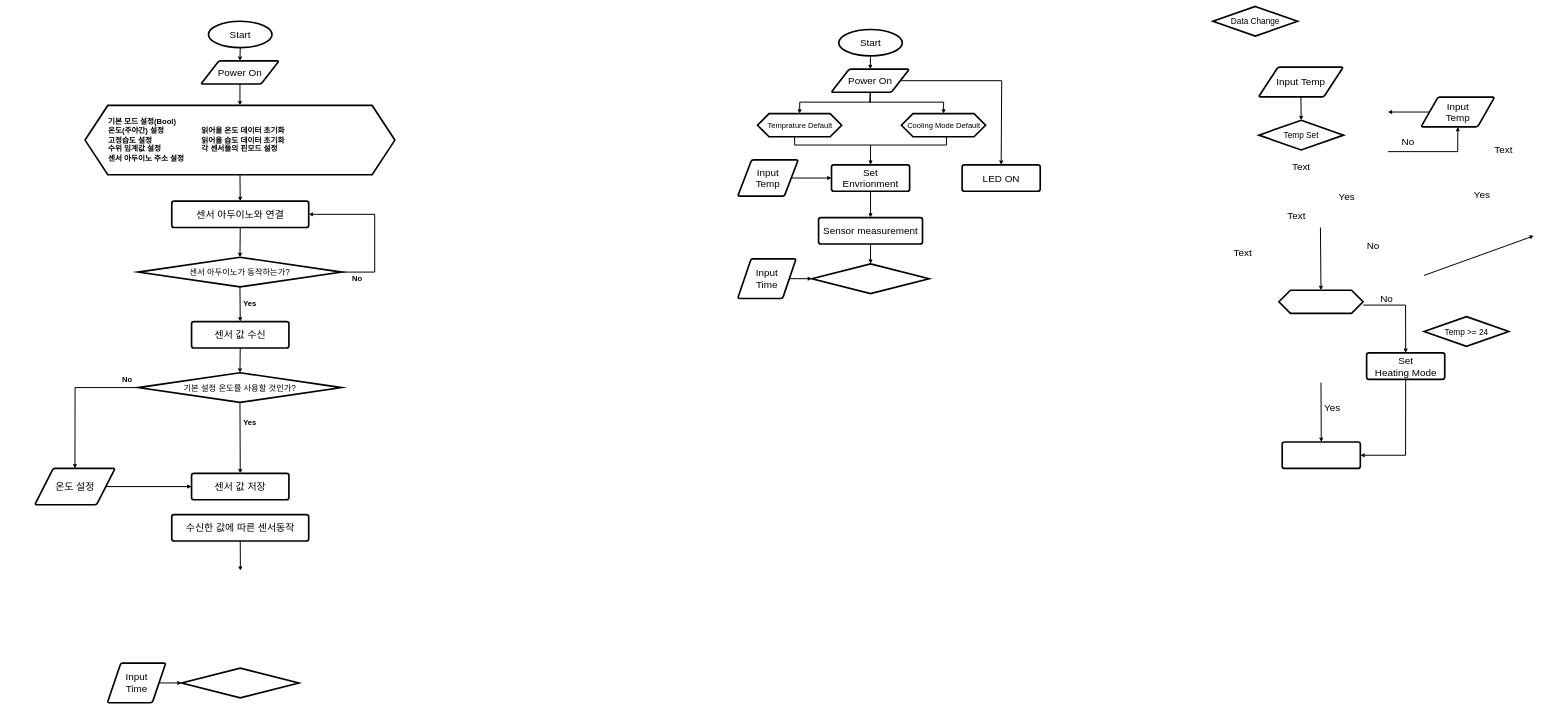
Above: 홈키팜_02.drawio in Sun-Rang/AI_- (draw.io), before the change. Source tidied: cells renumbered, new cells numbered last; positions are measured from the earlier drawing's top-left corner, leaving out a move shared by most shapes. Both pictures are drawn from the tidied source at 33%, with x=0, y=0 at pixel (35, 6).
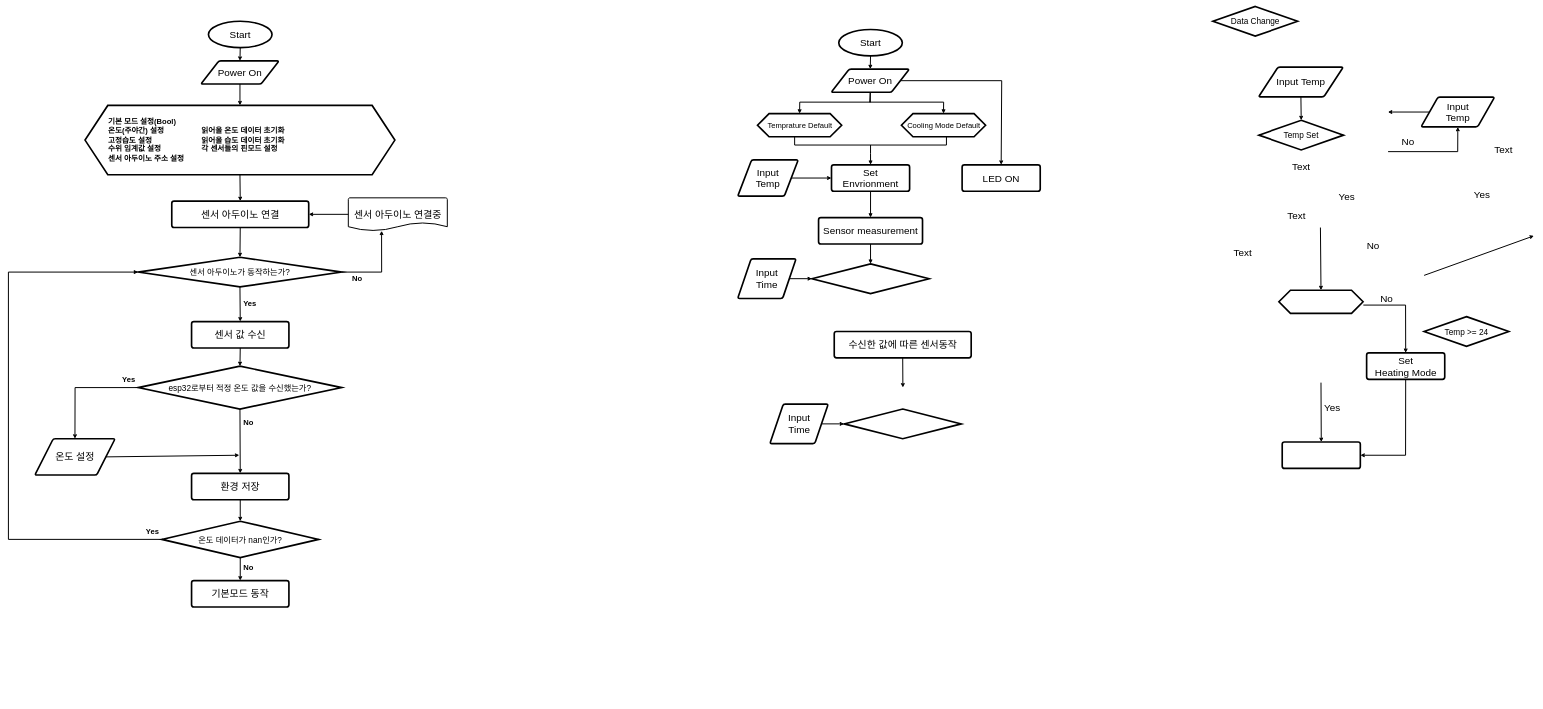
The same page after the edit.

Commit message:
홈키팜_02.drawio 업데이트

The change refers to these unchanged cells:
```xml
<mxCell id="68" value="센서 아두이노가 동작하는가?" style="strokeWidth=5;html=1;shape=mxgraph.flowchart.decision;whiteSpace=wrap;strokeColor=default;fontFamily=Helvetica;fontSize=25;fontColor=default;fillColor=default;" parent="1" vertex="1">
  <mxGeometry x="313.3" y="760" width="616.7" height="90" as="geometry" />
</mxCell>
```

Change to the diagram source:
```diff
@@
     <mxCell id="58" value="온도 설정" style="shape=parallelogram;html=1;strokeWidth=5;perimeter=parallelogramPerimeter;whiteSpace=wrap;rounded=1;arcSize=12;size=0.23;strokeColor=default;fontFamily=Helvetica;fontSize=30;fontColor=default;fillColor=default;" parent="1" vertex="1">
-      <mxGeometry y="1400" width="243.3" height="110" as="geometry" />
+      <mxGeometry y="1310" width="243.3" height="110" as="geometry" />
     </mxCell>
-    <mxCell id="59" style="endArrow=classic;html=1;rounded=0;fontFamily=Helvetica;fontSize=30;fontColor=default;exitX=1;exitY=0.5;exitDx=0;exitDy=0;entryX=0;entryY=0.5;entryDx=0;entryDy=0;strokeWidth=3;" parent="1" edge="1" source="58" target="75">
-      <mxGeometry relative="1" as="geometry" />
+    <mxCell id="59" style="endArrow=classic;html=1;rounded=0;fontFamily=Helvetica;fontSize=30;fontColor=default;exitX=1;exitY=0.5;exitDx=0;exitDy=0;strokeWidth=3;" parent="1" edge="1" source="58">
+      <mxGeometry relative="1" as="geometry">
+        <mxPoint x="620" y="1360" as="targetPoint" />
+      </mxGeometry>
     </mxCell>
     <mxCell id="60" value="수신한 값에 따른 센서동작" style="rounded=1;whiteSpace=wrap;html=1;absoluteArcSize=1;arcSize=14;strokeWidth=5;strokeColor=default;fontFamily=Helvetica;fontSize=30;fontColor=default;fillColor=default;" parent="1" vertex="1">
-      <mxGeometry x="415" y="1540" width="415" height="80" as="geometry" />
+      <mxGeometry x="2422.5" y="985" width="415" height="80" as="geometry" />
     </mxCell>
     <mxCell id="61" style="strokeWidth=5;html=1;shape=mxgraph.flowchart.decision;whiteSpace=wrap;strokeColor=default;fontFamily=Helvetica;fontSize=25;fontColor=default;fillColor=default;" parent="1" vertex="1">
-      <mxGeometry x="445" y="2005" width="355" height="90" as="geometry" />
+      <mxGeometry x="2452.5" y="1220" width="355" height="90" as="geometry" />
     </mxCell>
     <mxCell id="62" value="Input&lt;br&gt;Time" style="shape=parallelogram;html=1;strokeWidth=5;perimeter=parallelogramPerimeter;whiteSpace=wrap;rounded=1;arcSize=12;size=0.23;strokeColor=default;fontFamily=Helvetica;fontSize=30;fontColor=default;fillColor=default;" parent="1" vertex="1">
-      <mxGeometry x="220" y="1990" width="176.7" height="120" as="geometry" />
+      <mxGeometry x="2227.5" y="1205" width="176.7" height="120" as="geometry" />
     </mxCell>
     <mxCell id="63" style="endArrow=classic;html=1;rounded=0;fontFamily=Helvetica;fontSize=30;fontColor=default;strokeWidth=3;exitX=0.5;exitY=1;exitDx=0;exitDy=0;" parent="1" edge="1" source="60">
       <mxGeometry relative="1" as="geometry">
-        <mxPoint x="623" y="1710" as="targetPoint" />
+        <mxPoint x="2630.5" y="1155" as="targetPoint" />
       </mxGeometry>
     </mxCell>
@@
-    <mxCell id="69" value="센서 아두이노와 연결" style="rounded=1;whiteSpace=wrap;html=1;absoluteArcSize=1;arcSize=14;strokeWidth=5;strokeColor=default;fontFamily=Helvetica;fontSize=30;fontColor=default;fillColor=default;" parent="1" vertex="1">
+    <mxCell id="69" value="센서 아두이노 연결" style="rounded=1;whiteSpace=wrap;html=1;absoluteArcSize=1;arcSize=14;strokeWidth=5;strokeColor=default;fontFamily=Helvetica;fontSize=30;fontColor=default;fillColor=default;" parent="1" vertex="1">
       <mxGeometry x="415" y="590" width="415" height="80" as="geometry" />
     </mxCell>
@@
-    <mxCell id="73" style="endArrow=classic;html=1;rounded=0;fontFamily=Helvetica;fontSize=30;fontColor=default;exitX=1;exitY=0.5;exitDx=0;exitDy=0;strokeWidth=3;exitPerimeter=0;entryX=1;entryY=0.5;entryDx=0;entryDy=0;" parent="1" edge="1" source="68" target="69">
+    <mxCell id="73" style="endArrow=classic;html=1;rounded=0;fontFamily=Helvetica;fontSize=30;fontColor=default;strokeWidth=3;entryX=1;entryY=0.5;entryDx=0;entryDy=0;exitX=0;exitY=0.5;exitDx=0;exitDy=0;exitPerimeter=0;" parent="1" edge="1" source="86" target="69">
       <mxGeometry relative="1" as="geometry">
         <Array as="points">
-          <mxPoint x="1030" y="805" />
+          <mxPoint x="1070" y="630" />
           <mxPoint x="1030" y="630" />
         </Array>
       </mxGeometry>
     </mxCell>
-    <mxCell id="74" value="기본 설정 온도를 사용할 것인가?" style="strokeWidth=5;html=1;shape=mxgraph.flowchart.decision;whiteSpace=wrap;strokeColor=default;fontFamily=Helvetica;fontSize=25;fontColor=default;fillColor=default;" parent="1" vertex="1">
-      <mxGeometry x="313.3" y="1110" width="616.7" height="90" as="geometry" />
+    <mxCell id="74" value="esp32로부터 적정 온도 값을 수신했는가?" style="strokeWidth=5;html=1;shape=mxgraph.flowchart.decision;whiteSpace=wrap;strokeColor=default;fontFamily=Helvetica;fontSize=25;fontColor=default;fillColor=default;" parent="1" vertex="1">
+      <mxGeometry x="313.3" y="1090" width="616.7" height="130" as="geometry" />
     </mxCell>
-    <mxCell id="75" value="센서 값 저장" style="rounded=1;whiteSpace=wrap;html=1;absoluteArcSize=1;arcSize=14;strokeWidth=5;strokeColor=default;fontFamily=Helvetica;fontSize=30;fontColor=default;fillColor=default;" parent="1" vertex="1">
+    <mxCell id="75" value="환경 저장" style="rounded=1;whiteSpace=wrap;html=1;absoluteArcSize=1;arcSize=14;strokeWidth=5;strokeColor=default;fontFamily=Helvetica;fontSize=30;fontColor=default;fillColor=default;" parent="1" vertex="1">
       <mxGeometry x="475" y="1415" width="295" height="80" as="geometry" />
     </mxCell>
@@
-    <mxCell id="78" value="Yes" style="text;html=1;align=left;verticalAlign=middle;strokeColor=none;fillColor=none;fontSize=23;fontFamily=Helvetica;fontColor=default;fontStyle=1;" parent="1" vertex="1">
-      <mxGeometry x="630" y="1240" width="60" height="40" as="geometry" />
+    <mxCell id="78" value="No" style="text;html=1;align=left;verticalAlign=middle;strokeColor=none;fillColor=none;fontSize=23;fontFamily=Helvetica;fontColor=default;fontStyle=1;" parent="1" vertex="1">
+      <mxGeometry x="630" y="1240" width="50" height="40" as="geometry" />
     </mxCell>
-    <mxCell id="79" value="No" style="text;html=1;align=left;verticalAlign=middle;strokeColor=none;fillColor=none;fontSize=23;fontFamily=Helvetica;fontColor=default;fontStyle=1;" parent="1" vertex="1">
-      <mxGeometry x="263.3" y="1110" width="50" height="40" as="geometry" />
+    <mxCell id="79" value="Yes" style="text;html=1;align=left;verticalAlign=middle;strokeColor=none;fillColor=none;fontSize=23;fontFamily=Helvetica;fontColor=default;fontStyle=1;" parent="1" vertex="1">
+      <mxGeometry x="263.3" y="1110" width="60" height="40" as="geometry" />
     </mxCell>
+    <mxCell id="80" style="endArrow=classic;html=1;rounded=0;fontFamily=Helvetica;fontSize=30;fontColor=default;strokeWidth=3;exitX=0.5;exitY=1;exitDx=0;exitDy=0;entryX=0.5;entryY=0;entryDx=0;entryDy=0;entryPerimeter=0;" parent="1" edge="1" source="75" target="83">
+      <mxGeometry relative="1" as="geometry" />
+    </mxCell>
+    <mxCell id="81" value="기본모드 동작" style="rounded=1;whiteSpace=wrap;html=1;absoluteArcSize=1;arcSize=14;strokeWidth=5;strokeColor=default;fontFamily=Helvetica;fontSize=30;fontColor=default;fillColor=default;" parent="1" vertex="1">
+      <mxGeometry x="475" y="1740" width="295" height="80" as="geometry" />
+    </mxCell>
+    <mxCell id="82" style="edgeStyle=orthogonalEdgeStyle;rounded=0;jettySize=auto;html=1;entryX=0;entryY=0.5;entryDx=0;entryDy=0;entryPerimeter=0;exitX=0;exitY=0.5;exitDx=0;exitDy=0;exitPerimeter=0;strokeWidth=3;" parent="1" edge="1" source="83" target="68">
+      <mxGeometry relative="1" as="geometry">
+        <Array as="points">
+          <mxPoint x="-80" y="1615" />
+          <mxPoint x="-80" y="805" />
+        </Array>
+      </mxGeometry>
+    </mxCell>
+    <mxCell id="83" value="온도 데이터가 nan인가?" style="strokeWidth=5;html=1;shape=mxgraph.flowchart.decision;whiteSpace=wrap;strokeColor=default;fontFamily=Helvetica;fontSize=25;fontColor=default;fillColor=default;fontStyle=0;" parent="1" vertex="1">
+      <mxGeometry x="385" y="1560" width="475" height="110" as="geometry" />
+    </mxCell>
+    <mxCell id="84" value="Yes" style="text;html=1;align=left;verticalAlign=middle;strokeColor=none;fillColor=none;fontSize=23;fontFamily=Helvetica;fontColor=default;fontStyle=1;" parent="1" vertex="1">
+      <mxGeometry x="335" y="1570" width="60" height="40" as="geometry" />
+    </mxCell>
+    <mxCell id="85" style="endArrow=classic;html=1;rounded=0;fontFamily=Helvetica;fontSize=30;fontColor=default;exitX=1;exitY=0.5;exitDx=0;exitDy=0;strokeWidth=3;exitPerimeter=0;entryX=0.336;entryY=0.997;entryDx=0;entryDy=0;entryPerimeter=0;" parent="1" edge="1" source="68" target="86">
+      <mxGeometry relative="1" as="geometry">
+        <Array as="points">
+          <mxPoint x="1051" y="805" />
+        </Array>
+      </mxGeometry>
+    </mxCell>
+    <mxCell id="86" value="센서 아두이노 연결중" style="strokeWidth=3;html=1;shape=mxgraph.flowchart.document2;whiteSpace=wrap;size=0.25;fontSize=30;" parent="1" vertex="1">
+      <mxGeometry x="950" y="580" width="300" height="100" as="geometry" />
+    </mxCell>
+    <mxCell id="87" style="endArrow=classic;html=1;rounded=0;fontFamily=Helvetica;fontSize=30;fontColor=default;strokeWidth=3;exitX=0.5;exitY=1;exitDx=0;exitDy=0;exitPerimeter=0;entryX=0.5;entryY=0;entryDx=0;entryDy=0;" parent="1" edge="1" source="83" target="81">
+      <mxGeometry relative="1" as="geometry" />
+    </mxCell>
+    <mxCell id="88" value="No" style="text;html=1;align=left;verticalAlign=middle;strokeColor=none;fillColor=none;fontSize=23;fontFamily=Helvetica;fontColor=default;fontStyle=1;" parent="1" vertex="1">
+      <mxGeometry x="630" y="1680" width="50" height="40" as="geometry" />
+    </mxCell>
```
